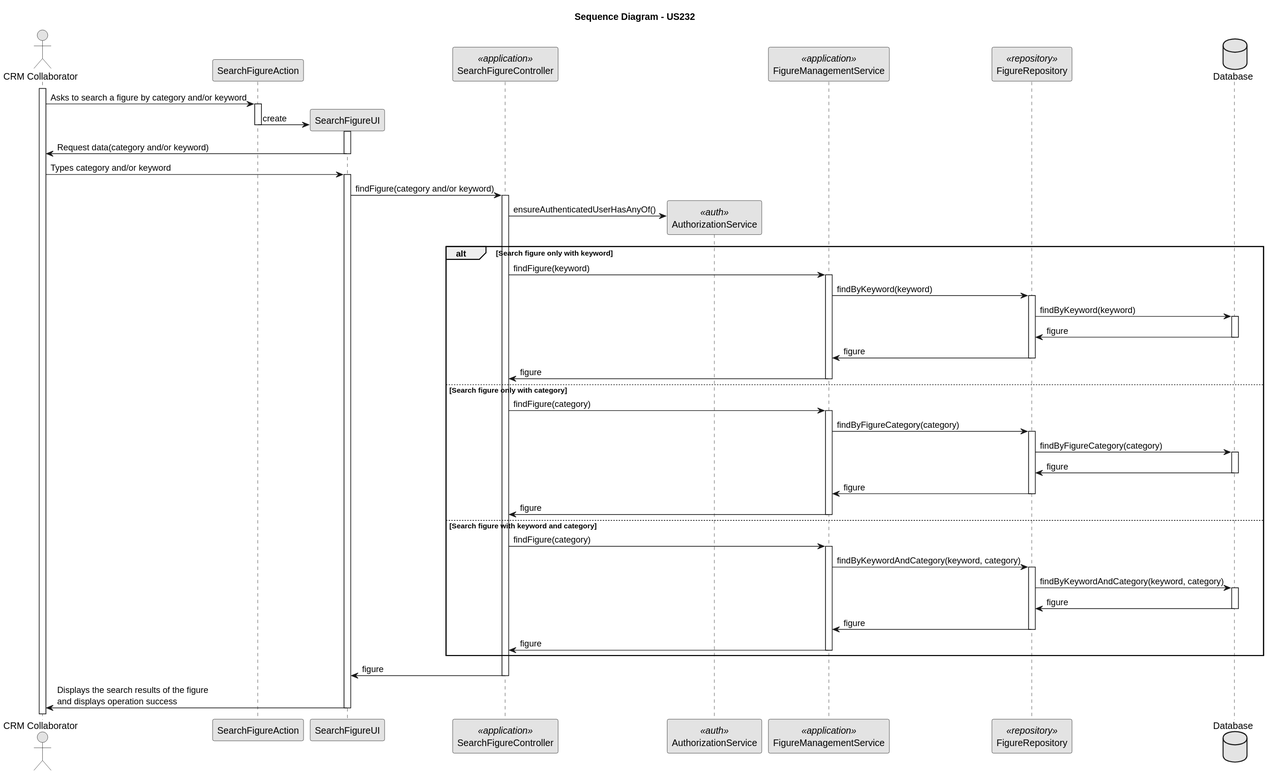
rubenFreitas1/ISEP-LAPR4-2024-2025 keeps this PlantUML diagram as docs/Sprint2/us_232/images/sequence-diagram-US232.svg. Above is the earlier version. The source it was exported from:
```plantuml
@startuml
skinparam monochrome true
skinparam packageStyle rectangle
skinparam shadowing false

actor "CRM Collaborator" as crmCollaborator
participant "SearchFigureAction" as ACTION
participant "SearchFigureUI" as UI
participant "SearchFigureController" as CTRL <<application>>
participant "AuthorizationService" as AuthorizationService <<auth>>
participant "FigureManagementService" as FigureManagementService <<application>>
participant "FigureRepository" as FigureRepository <<repository>>
database "Database" as Database

title Sequence Diagram - US232

activate crmCollaborator

    crmCollaborator -> ACTION : Asks to search a figure by category and/or keyword
    activate ACTION

        ACTION -> UI** : create
        deactivate ACTION
        activate UI

            UI -> crmCollaborator : Request data(category and/or keyword)
    deactivate UI
    crmCollaborator -> UI : Types category and/or keyword

    activate UI

        UI -> CTRL : findFigure(category and/or keyword)
        activate CTRL

            CTRL -> AuthorizationService** : ensureAuthenticatedUserHasAnyOf()
            alt Search figure only with keyword

                CTRL -> FigureManagementService : findFigure(keyword)
                activate FigureManagementService

                    FigureManagementService -> FigureRepository : findByKeyword(keyword)
                    activate FigureRepository

                        FigureRepository -> Database : findByKeyword(keyword)
                        activate Database

                            Database -> FigureRepository : figure
                        deactivate Database

                        FigureRepository -> FigureManagementService : figure
                    deactivate FigureRepository

                    FigureManagementService -> CTRL : figure
                deactivate FigureManagementService

            else Search figure only with category

                CTRL -> FigureManagementService : findFigure(category)
                activate FigureManagementService

                    FigureManagementService -> FigureRepository : findByFigureCategory(category)
                    activate FigureRepository

                        FigureRepository -> Database : findByFigureCategory(category)
                        activate Database

                            Database -> FigureRepository : figure
                        deactivate Database

                        FigureRepository -> FigureManagementService : figure
                    deactivate FigureRepository

                    FigureManagementService -> CTRL : figure
                deactivate FigureManagementService

            else Search figure with keyword and category

                CTRL -> FigureManagementService : findFigure(category)
                activate FigureManagementService

                    FigureManagementService -> FigureRepository : findByKeywordAndCategory(keyword, category)
                    activate FigureRepository

                        FigureRepository -> Database : findByKeywordAndCategory(keyword, category)
                        activate Database

                            Database -> FigureRepository : figure
                        deactivate Database

                        FigureRepository -> FigureManagementService : figure
                    deactivate FigureRepository

                    FigureManagementService -> CTRL : figure
                deactivate FigureManagementService
            end

            CTRL -> UI : figure
        deactivate CTRL

        UI -> crmCollaborator : Displays the search results of the figure \nand displays operation success
    deactivate UI
@enduml
```
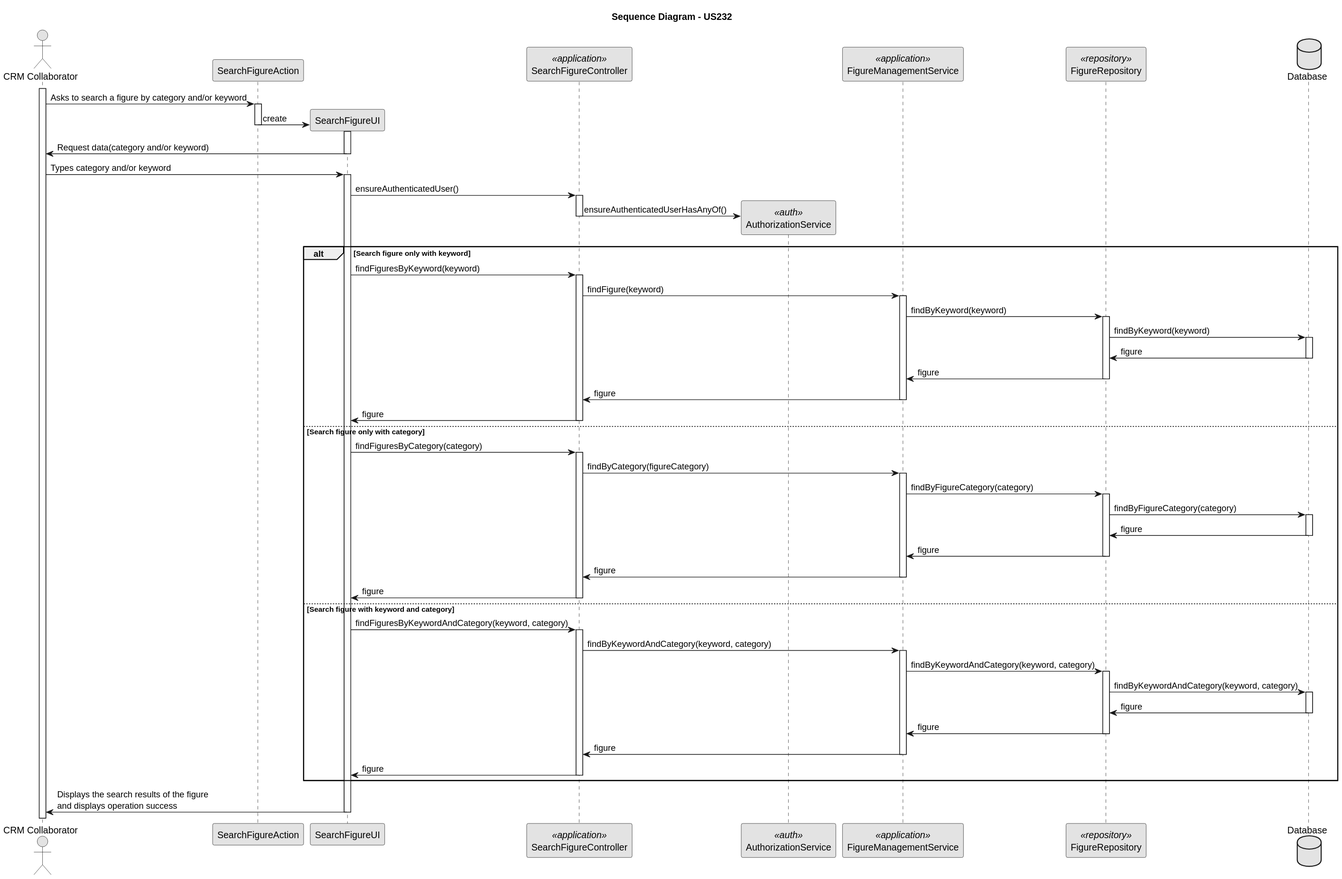
The same file after the commit.

Commit message:
made updates to US232 design #96

What changed in the source:
```diff
@@ -29,74 +29,88 @@
 
     activate UI
 
-        UI -> CTRL : findFigure(category and/or keyword)
+        UI -> CTRL : ensureAuthenticatedUser()
         activate CTRL
 
             CTRL -> AuthorizationService** : ensureAuthenticatedUserHasAnyOf()
-            alt Search figure only with keyword
+        deactivate CTRL
 
-                CTRL -> FigureManagementService : findFigure(keyword)
-                activate FigureManagementService
+        alt Search figure only with keyword
+        UI -> CTRL : findFiguresByKeyword(keyword)
+        activate CTRL
 
-                    FigureManagementService -> FigureRepository : findByKeyword(keyword)
-                    activate FigureRepository
+            CTRL -> FigureManagementService : findFigure(keyword)
+            activate FigureManagementService
 
-                        FigureRepository -> Database : findByKeyword(keyword)
-                        activate Database
+                FigureManagementService -> FigureRepository : findByKeyword(keyword)
+                activate FigureRepository
 
-                            Database -> FigureRepository : figure
-                        deactivate Database
+                    FigureRepository -> Database : findByKeyword(keyword)
+                    activate Database
 
-                        FigureRepository -> FigureManagementService : figure
-                    deactivate FigureRepository
+                        Database -> FigureRepository : figure
+                    deactivate Database
 
-                    FigureManagementService -> CTRL : figure
-                deactivate FigureManagementService
+                    FigureRepository -> FigureManagementService : figure
+                deactivate FigureRepository
 
-            else Search figure only with category
-
-                CTRL -> FigureManagementService : findFigure(category)
-                activate FigureManagementService
-
-                    FigureManagementService -> FigureRepository : findByFigureCategory(category)
-                    activate FigureRepository
-
-                        FigureRepository -> Database : findByFigureCategory(category)
-                        activate Database
-
-                            Database -> FigureRepository : figure
-                        deactivate Database
-
-                        FigureRepository -> FigureManagementService : figure
-                    deactivate FigureRepository
-
-                    FigureManagementService -> CTRL : figure
-                deactivate FigureManagementService
-
-            else Search figure with keyword and category
-
-                CTRL -> FigureManagementService : findFigure(category)
-                activate FigureManagementService
-
-                    FigureManagementService -> FigureRepository : findByKeywordAndCategory(keyword, category)
-                    activate FigureRepository
-
-                        FigureRepository -> Database : findByKeywordAndCategory(keyword, category)
-                        activate Database
-
-                            Database -> FigureRepository : figure
-                        deactivate Database
-
-                        FigureRepository -> FigureManagementService : figure
-                    deactivate FigureRepository
-
-                    FigureManagementService -> CTRL : figure
-                deactivate FigureManagementService
-            end
+                FigureManagementService -> CTRL : figure
+            deactivate FigureManagementService
 
             CTRL -> UI : figure
         deactivate CTRL
 
+        else Search figure only with category
+        UI -> CTRL : findFiguresByCategory(category)
+        activate CTRL
+
+            CTRL -> FigureManagementService : findByCategory(figureCategory)
+            activate FigureManagementService
+
+                FigureManagementService -> FigureRepository : findByFigureCategory(category)
+                activate FigureRepository
+
+                    FigureRepository -> Database : findByFigureCategory(category)
+                    activate Database
+
+                        Database -> FigureRepository : figure
+                    deactivate Database
+
+                    FigureRepository -> FigureManagementService : figure
+                deactivate FigureRepository
+
+                FigureManagementService -> CTRL : figure
+            deactivate FigureManagementService
+
+            CTRL -> UI : figure
+        deactivate CTRL
+
+        else Search figure with keyword and category
+        UI -> CTRL : findFiguresByKeywordAndCategory(keyword, category)
+        activate CTRL
+
+            CTRL -> FigureManagementService : findByKeywordAndCategory(keyword, category)
+            activate FigureManagementService
+
+                FigureManagementService -> FigureRepository : findByKeywordAndCategory(keyword, category)
+                activate FigureRepository
+
+                    FigureRepository -> Database : findByKeywordAndCategory(keyword, category)
+                    activate Database
+
+                        Database -> FigureRepository : figure
+                    deactivate Database
+
+                    FigureRepository -> FigureManagementService : figure
+                deactivate FigureRepository
+
+                FigureManagementService -> CTRL : figure
+            deactivate FigureManagementService
+
+            CTRL -> UI : figure
+        deactivate CTRL
+
+        end
         UI -> crmCollaborator : Displays the search results of the figure \nand displays operation success
     deactivate UI
 @enduml
```
